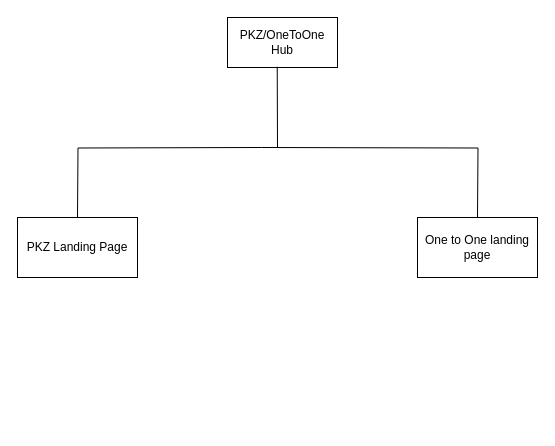
Earlier version of the draw.io diagram AHT.drawio (IgDrArtikulator/PFE-2026-2-AP1-Grupo4-Terca). Source tidied: cells renumbered, new cells numbered last; positions are measured from the earlier drawing's top-left corner, leaving out a move shared by most shapes. Both pictures are drawn from the tidied source at 100%, with x=0, y=0 at pixel (17, 17).
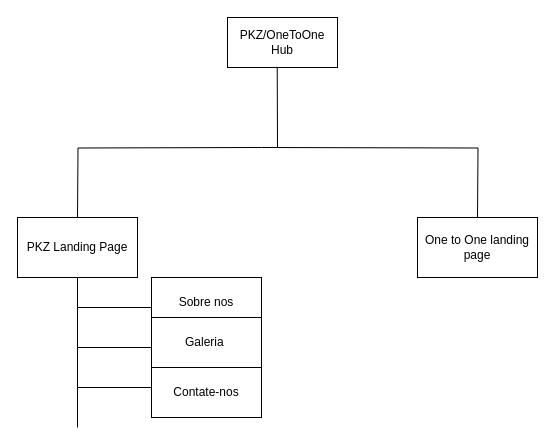
The same page after the edit.

Unchanged cells that the change refers to:
```xml
<mxCell id="6" value="PKZ Landing Page" style="rounded=0;whiteSpace=wrap;html=1;" parent="1" vertex="1">
  <mxGeometry y="200" width="120" height="60" as="geometry" />
</mxCell>
```

What changed in the source:
```diff
@@
+    <mxCell id="8" style="endArrow=none;html=1;rounded=0;entryX=0.5;entryY=1;entryDx=0;entryDy=0;" parent="1" edge="1" target="6">
+      <mxGeometry relative="1" as="geometry">
+        <mxPoint x="60" y="410" as="sourcePoint" />
+      </mxGeometry>
+    </mxCell>
+    <mxCell id="9" style="endArrow=none;html=1;rounded=0;" parent="1" edge="1">
+      <mxGeometry relative="1" as="geometry">
+        <mxPoint x="60" y="290" as="sourcePoint" />
+        <mxPoint x="140" y="290" as="targetPoint" />
+      </mxGeometry>
+    </mxCell>
+    <mxCell id="10" style="endArrow=none;html=1;rounded=0;" parent="1" edge="1">
+      <mxGeometry relative="1" as="geometry">
+        <mxPoint x="60" y="330" as="sourcePoint" />
+        <mxPoint x="140" y="330" as="targetPoint" />
+      </mxGeometry>
+    </mxCell>
+    <mxCell id="11" style="endArrow=none;html=1;rounded=0;" parent="1" edge="1">
+      <mxGeometry relative="1" as="geometry">
+        <mxPoint x="60" y="370" as="sourcePoint" />
+        <mxPoint x="140" y="370" as="targetPoint" />
+      </mxGeometry>
+    </mxCell>
+    <mxCell id="12" value="Sobre nos" style="html=1;whiteSpace=wrap;" parent="1" vertex="1">
+      <mxGeometry x="134" y="260" width="110" height="50" as="geometry" />
+    </mxCell>
+    <mxCell id="13" value="Galeria&amp;nbsp;" style="html=1;whiteSpace=wrap;" parent="1" vertex="1">
+      <mxGeometry x="134" y="300" width="110" height="50" as="geometry" />
+    </mxCell>
+    <mxCell id="14" value="Contate-nos" style="html=1;whiteSpace=wrap;" parent="1" vertex="1">
+      <mxGeometry x="134" y="350" width="110" height="50" as="geometry" />
+    </mxCell>
```
